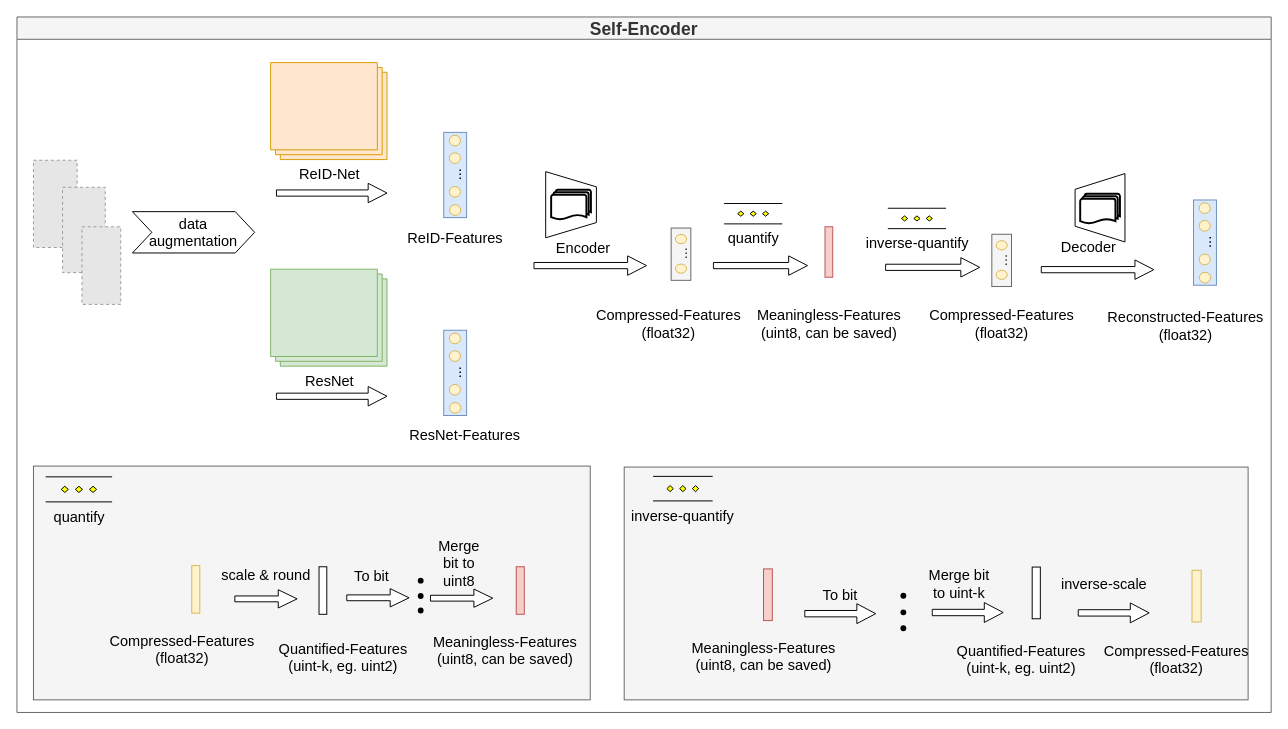
Before: naic-ae-net.drawio in Wu-Xiang123/Hello-GItHub, a draw.io diagram. Source tidied: cells renumbered, new cells numbered last; positions are measured from the earlier drawing's top-left corner, leaving out a move shared by most shapes. Both pictures are drawn from the tidied source at 97%, with x=0, y=0 at pixel (16, 16). Pictures stored in the file or linked from it are replaced by grey dashed boxes.
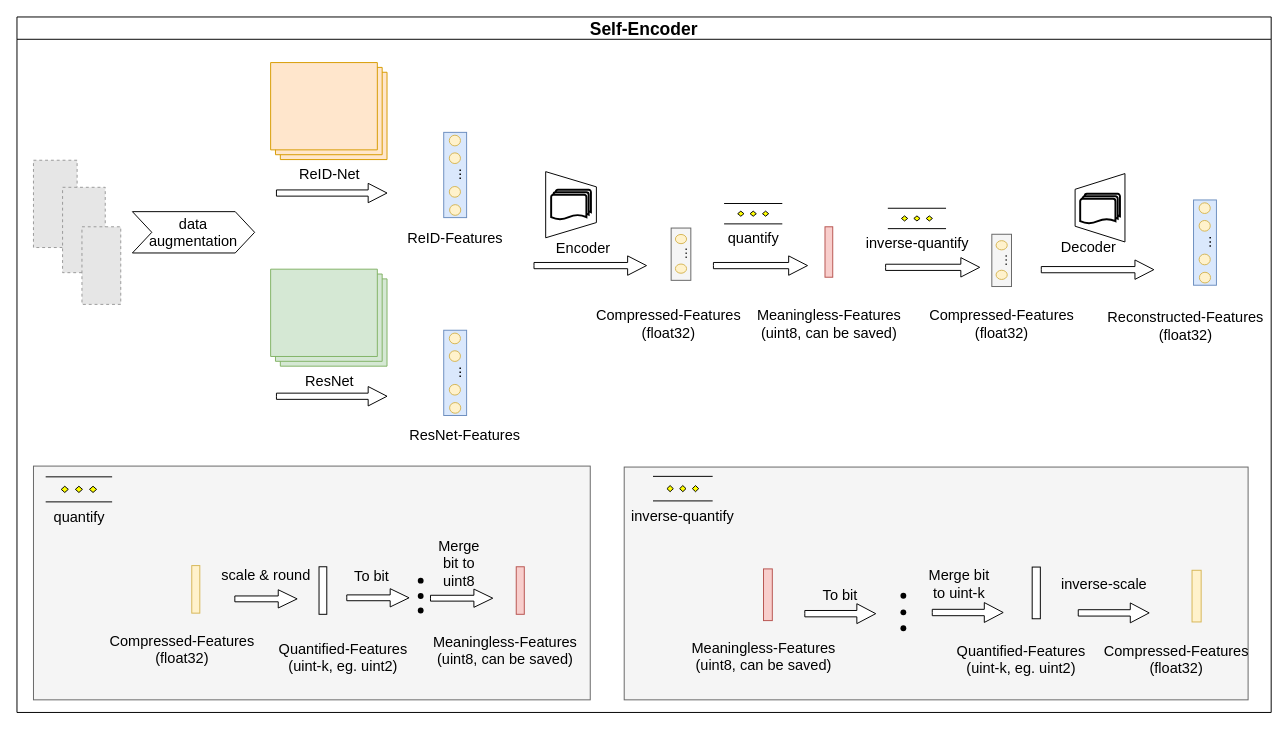
The same page after the edit.

The edit, as a diff of the source:
```diff
@@
-    <mxCell id="2" value="Self-Encoder" style="swimlane;fillColor=#f5f5f5;fontColor=#333333;strokeColor=#666666;fontSize=18;" parent="1" vertex="1">
+    <mxCell id="2" value="Self-Encoder" style="swimlane;fontSize=18;" parent="1" vertex="1">
       <mxGeometry width="1293" height="717" as="geometry" />
     </mxCell>
```
